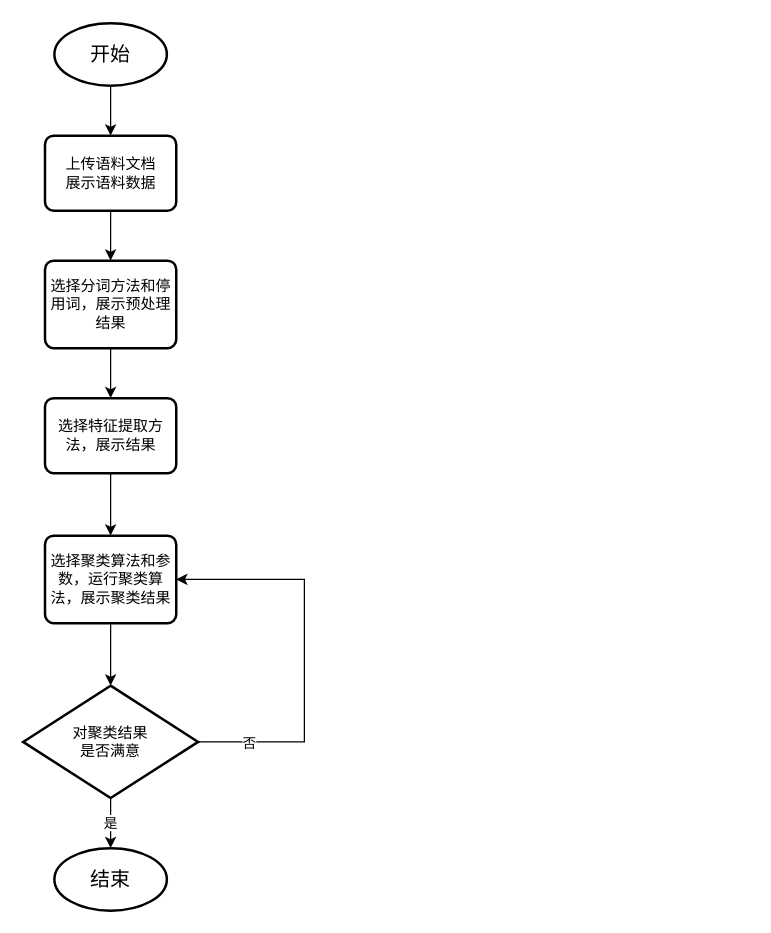
This is test-img/Untitled Diagram.drawio from clock2125/image-hosting, a draw.io file, before an edit. Source tidied: cells renumbered, new cells numbered last; positions are measured from the earlier drawing's top-left corner, leaving out a move shared by most shapes. Both pictures are drawn from the tidied source at 125%, with x=0, y=0 at pixel (22, 22).
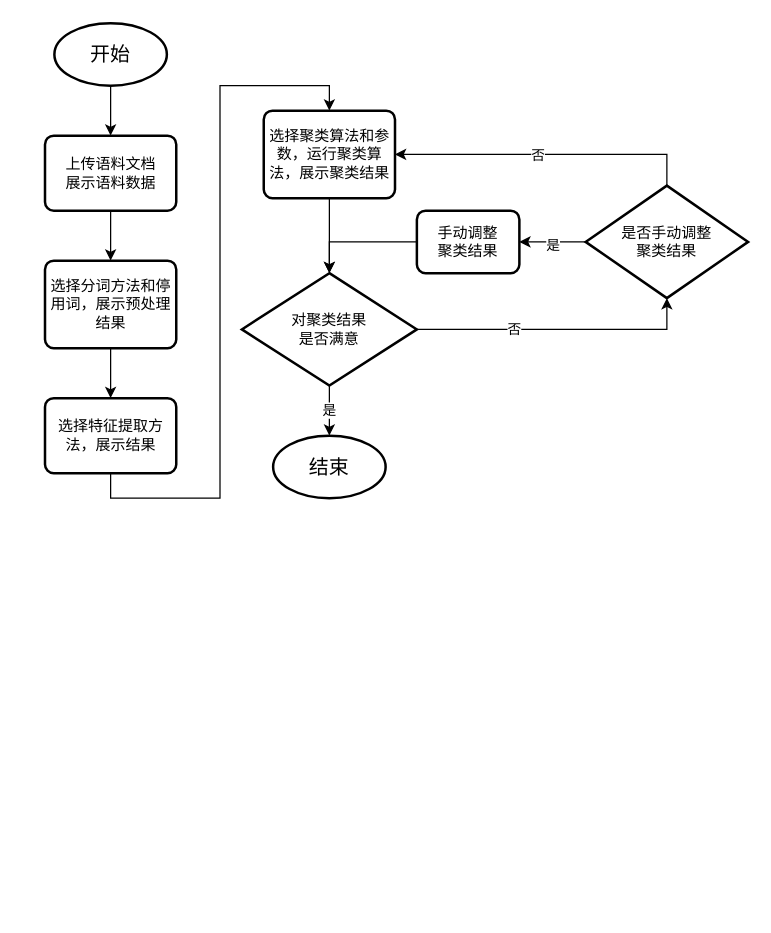
The same diagram, later.

What changed in the source:
```diff
@@
     <mxCell id="11" value="选择聚类算法和参数，运行聚类算法，展示聚类结果" style="rounded=1;whiteSpace=wrap;html=1;absoluteArcSize=1;arcSize=14;strokeWidth=2;" parent="1" vertex="1">
-      <mxGeometry x="17.5" y="410" width="105" height="70" as="geometry" />
+      <mxGeometry x="192.5" y="70" width="105" height="70" as="geometry" />
     </mxCell>
-    <mxCell id="12" style="edgeStyle=orthogonalEdgeStyle;rounded=0;jettySize=auto;html=1;exitX=1;exitY=0.5;exitDx=0;exitDy=0;exitPerimeter=0;entryX=1;entryY=0.5;entryDx=0;entryDy=0;" parent="1" edge="1" source="15" target="11">
-      <mxGeometry relative="1" as="geometry">
-        <Array as="points">
-          <mxPoint x="225" y="575" />
-          <mxPoint x="225" y="445" />
-        </Array>
-      </mxGeometry>
-    </mxCell>
-    <mxCell id="13" value="否" style="edgeLabel;html=1;align=center;verticalAlign=middle;" parent="12" vertex="1">
-      <mxGeometry x="-0.64" relative="1" as="geometry">
-        <mxPoint x="-17" as="offset" />
-      </mxGeometry>
-    </mxCell>
@@
+    <mxCell id="17" style="edgeStyle=orthogonalEdgeStyle;rounded=0;jettySize=auto;html=1;exitX=1;exitY=0.5;exitDx=0;exitDy=0;exitPerimeter=0;entryX=0.5;entryY=1;entryDx=0;entryDy=0;entryPerimeter=0;" parent="1" edge="1" source="15" target="23">
+      <mxGeometry relative="1" as="geometry" />
+    </mxCell>
+    <mxCell id="18" value="否" style="edgeLabel;html=1;align=center;verticalAlign=middle;" parent="17" vertex="1">
+      <mxGeometry x="-0.32" y="1" relative="1" as="geometry" />
+    </mxCell>
     <mxCell id="15" value="对聚类结果&lt;br&gt;是否满意" style="strokeWidth=2;html=1;shape=mxgraph.flowchart.decision;whiteSpace=wrap;" parent="1" vertex="1">
-      <mxGeometry y="530" width="140" height="90" as="geometry" />
+      <mxGeometry x="175" y="200" width="140" height="90" as="geometry" />
     </mxCell>
     <mxCell id="16" value="&lt;font style=&quot;font-size: 16px&quot;&gt;结束&lt;/font&gt;" style="strokeWidth=2;html=1;shape=mxgraph.flowchart.start_1;whiteSpace=wrap;" parent="1" vertex="1">
-      <mxGeometry x="25" y="660" width="90" height="50" as="geometry" />
+      <mxGeometry x="200" y="330" width="90" height="50" as="geometry" />
     </mxCell>
+    <mxCell id="19" style="edgeStyle=orthogonalEdgeStyle;rounded=0;jettySize=auto;html=1;exitX=0.5;exitY=0;exitDx=0;exitDy=0;exitPerimeter=0;entryX=1;entryY=0.5;entryDx=0;entryDy=0;" parent="1" edge="1" source="23" target="11">
+      <mxGeometry relative="1" as="geometry" />
+    </mxCell>
+    <mxCell id="20" value="否" style="edgeLabel;html=1;align=center;verticalAlign=middle;" parent="19" vertex="1">
+      <mxGeometry x="0.06" relative="1" as="geometry" />
+    </mxCell>
+    <mxCell id="21" style="edgeStyle=orthogonalEdgeStyle;rounded=0;jettySize=auto;html=1;exitX=0;exitY=0.5;exitDx=0;exitDy=0;exitPerimeter=0;" parent="1" edge="1" source="23" target="25">
+      <mxGeometry relative="1" as="geometry" />
+    </mxCell>
+    <mxCell id="22" value="是" style="edgeLabel;html=1;align=center;verticalAlign=middle;" parent="21" vertex="1">
+      <mxGeometry y="2" relative="1" as="geometry" />
+    </mxCell>
+    <mxCell id="23" value="是否手动调整&lt;br&gt;聚类结果" style="strokeWidth=2;html=1;shape=mxgraph.flowchart.decision;whiteSpace=wrap;" parent="1" vertex="1">
+      <mxGeometry x="450" y="130" width="130" height="90" as="geometry" />
+    </mxCell>
+    <mxCell id="24" style="edgeStyle=orthogonalEdgeStyle;rounded=0;jettySize=auto;html=1;exitX=0;exitY=0.5;exitDx=0;exitDy=0;entryX=0.5;entryY=0;entryDx=0;entryDy=0;entryPerimeter=0;" parent="1" edge="1" source="25" target="15">
+      <mxGeometry relative="1" as="geometry" />
+    </mxCell>
+    <mxCell id="25" value="手动调整&lt;br&gt;聚类结果" style="rounded=1;whiteSpace=wrap;html=1;absoluteArcSize=1;arcSize=14;strokeWidth=2;" parent="1" vertex="1">
+      <mxGeometry x="315" y="150" width="82" height="50" as="geometry" />
+    </mxCell>
```
